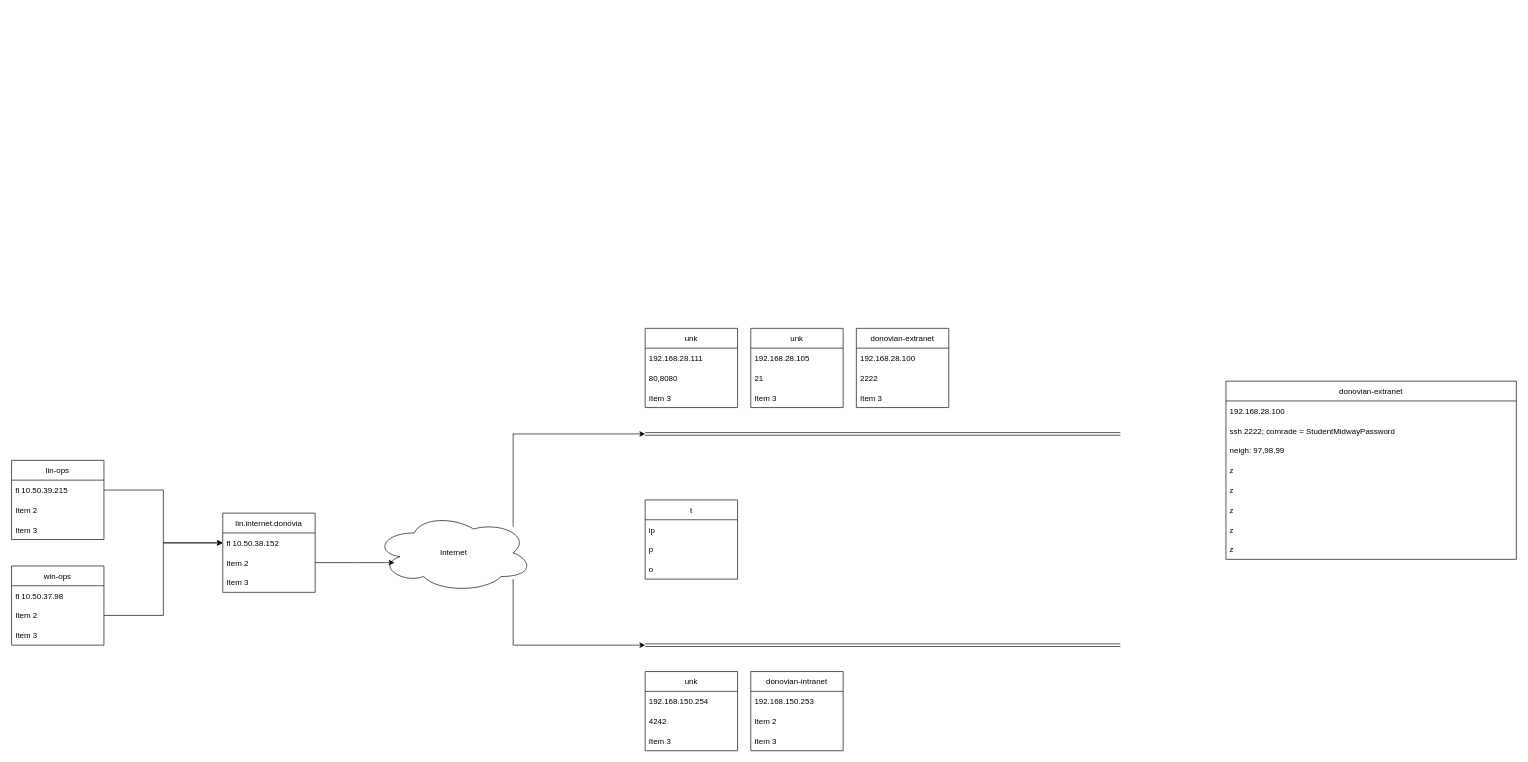
Earlier version of the draw.io diagram security.drawio (fortitude2022/indy_study). Source tidied: cells renumbered, new cells numbered last; positions are measured from the earlier drawing's top-left corner, leaving out a move shared by most shapes. Both pictures are drawn from the tidied source at 66%, with x=0, y=0 at pixel (11, 328).
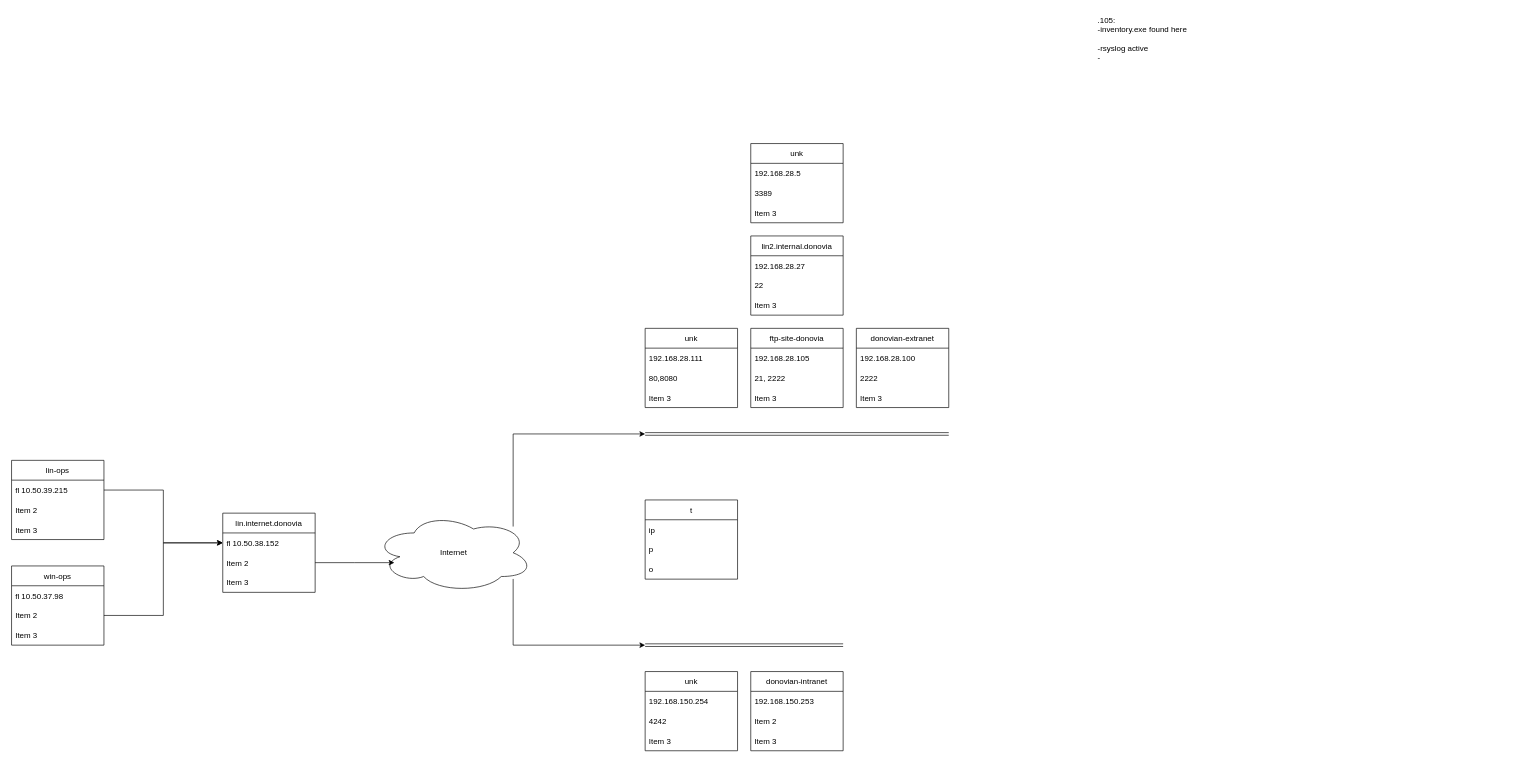
Above is the later version.

Diff of the diagram source:
```diff
@@
     <mxCell id="18" style="shape=link;html=1;rounded=0;" parent="1" edge="1">
       <mxGeometry relative="1" as="geometry">
         <mxPoint x="960" y="160" as="sourcePoint" />
-        <mxPoint x="1680" y="160" as="targetPoint" />
+        <mxPoint x="1420" y="160" as="targetPoint" />
       </mxGeometry>
     </mxCell>
     <mxCell id="19" style="shape=link;html=1;rounded=0;" parent="1" edge="1">
       <mxGeometry relative="1" as="geometry">
         <mxPoint x="960" y="480" as="sourcePoint" />
-        <mxPoint x="1680" y="480" as="targetPoint" />
+        <mxPoint x="1260" y="480" as="targetPoint" />
       </mxGeometry>
     </mxCell>
-    <mxCell id="20" value="unk" style="swimlane;fontStyle=0;horizontal=1;startSize=30;" parent="1" vertex="1">
+    <mxCell id="20" value="ftp-site-donovia" style="swimlane;fontStyle=0;horizontal=1;startSize=30;" parent="1" vertex="1">
       <mxGeometry x="1120" width="140" height="120" as="geometry" />
     </mxCell>
@@
-    <mxCell id="22" value="21" style="text;strokeColor=none;fillColor=none;align=left;verticalAlign=middle;spacingLeft=4;spacingRight=4;overflow=hidden;" parent="20" vertex="1">
+    <mxCell id="22" value="21, 2222" style="text;strokeColor=none;fillColor=none;align=left;verticalAlign=middle;spacingLeft=4;spacingRight=4;overflow=hidden;" parent="20" vertex="1">
       <mxGeometry y="60" width="140" height="30" as="geometry" />
     </mxCell>
@@
-    <mxCell id="46" value="donovian-extranet" style="swimlane;fontStyle=0;horizontal=1;startSize=30;" parent="1" vertex="1">
-      <mxGeometry x="1840" y="80" width="440" height="270" as="geometry" />
-    </mxCell>
-    <mxCell id="47" value="192.168.28.100" style="text;strokeColor=none;fillColor=none;align=left;verticalAlign=middle;spacingLeft=4;spacingRight=4;overflow=hidden;" parent="46" vertex="1">
-      <mxGeometry y="30" width="440" height="30" as="geometry" />
-    </mxCell>
-    <mxCell id="48" value="ssh 2222; comrade = StudentMidwayPassword" style="text;strokeColor=none;fillColor=none;align=left;verticalAlign=middle;spacingLeft=4;spacingRight=4;overflow=hidden;" parent="46" vertex="1">
-      <mxGeometry y="60" width="440" height="30" as="geometry" />
-    </mxCell>
-    <mxCell id="49" value="neigh: 97,98,99" style="text;strokeColor=none;fillColor=none;align=left;verticalAlign=middle;spacingLeft=4;spacingRight=4;overflow=hidden;" parent="46" vertex="1">
-      <mxGeometry y="90" width="440" height="30" as="geometry" />
-    </mxCell>
-    <mxCell id="50" value="z" style="text;strokeColor=none;fillColor=none;align=left;verticalAlign=middle;spacingLeft=4;spacingRight=4;overflow=hidden;" parent="46" vertex="1">
-      <mxGeometry y="120" width="440" height="30" as="geometry" />
-    </mxCell>
-    <mxCell id="51" value="z" style="text;strokeColor=none;fillColor=none;align=left;verticalAlign=middle;spacingLeft=4;spacingRight=4;overflow=hidden;" parent="46" vertex="1">
-      <mxGeometry y="150" width="440" height="30" as="geometry" />
-    </mxCell>
-    <mxCell id="52" value="z" style="text;strokeColor=none;fillColor=none;align=left;verticalAlign=middle;spacingLeft=4;spacingRight=4;overflow=hidden;" parent="46" vertex="1">
-      <mxGeometry y="180" width="440" height="30" as="geometry" />
-    </mxCell>
-    <mxCell id="53" value="z" style="text;strokeColor=none;fillColor=none;align=left;verticalAlign=middle;spacingLeft=4;spacingRight=4;overflow=hidden;" parent="46" vertex="1">
-      <mxGeometry y="210" width="440" height="30" as="geometry" />
-    </mxCell>
-    <mxCell id="54" value="z" style="text;strokeColor=none;fillColor=none;align=left;verticalAlign=middle;spacingLeft=4;spacingRight=4;overflow=hidden;" parent="46" vertex="1">
-      <mxGeometry y="240" width="440" height="30" as="geometry" />
-    </mxCell>
+    <mxCell id="55" value=".105:&#10;-inventory.exe found here&#10;&#10;-rsyslog active&#10;-&#10;" style="text;strokeColor=none;fillColor=none;align=left;verticalAlign=top;spacingLeft=4;spacingRight=4;overflow=hidden;" parent="1" vertex="1">
+      <mxGeometry x="1640" y="-480" width="160" height="240" as="geometry" />
+    </mxCell>
+    <mxCell id="56" value="lin2.internal.donovia" style="swimlane;fontStyle=0;horizontal=1;startSize=30;" parent="1" vertex="1">
+      <mxGeometry x="1120" y="-140" width="140" height="120" as="geometry" />
+    </mxCell>
+    <mxCell id="57" value="192.168.28.27" style="text;strokeColor=none;fillColor=none;align=left;verticalAlign=middle;spacingLeft=4;spacingRight=4;overflow=hidden;" parent="56" vertex="1">
+      <mxGeometry y="30" width="140" height="30" as="geometry" />
+    </mxCell>
+    <mxCell id="58" value="22" style="text;strokeColor=none;fillColor=none;align=left;verticalAlign=middle;spacingLeft=4;spacingRight=4;overflow=hidden;" parent="56" vertex="1">
+      <mxGeometry y="60" width="140" height="30" as="geometry" />
+    </mxCell>
+    <mxCell id="59" value="Item 3" style="text;strokeColor=none;fillColor=none;align=left;verticalAlign=middle;spacingLeft=4;spacingRight=4;overflow=hidden;" parent="56" vertex="1">
+      <mxGeometry y="90" width="140" height="30" as="geometry" />
+    </mxCell>
+    <mxCell id="60" value="unk" style="swimlane;fontStyle=0;horizontal=1;startSize=30;" parent="1" vertex="1">
+      <mxGeometry x="1120" y="-280" width="140" height="120" as="geometry" />
+    </mxCell>
+    <mxCell id="61" value="192.168.28.5" style="text;strokeColor=none;fillColor=none;align=left;verticalAlign=middle;spacingLeft=4;spacingRight=4;overflow=hidden;" parent="60" vertex="1">
+      <mxGeometry y="30" width="140" height="30" as="geometry" />
+    </mxCell>
+    <mxCell id="62" value="3389" style="text;strokeColor=none;fillColor=none;align=left;verticalAlign=middle;spacingLeft=4;spacingRight=4;overflow=hidden;" parent="60" vertex="1">
+      <mxGeometry y="60" width="140" height="30" as="geometry" />
+    </mxCell>
+    <mxCell id="63" value="Item 3" style="text;strokeColor=none;fillColor=none;align=left;verticalAlign=middle;spacingLeft=4;spacingRight=4;overflow=hidden;" parent="60" vertex="1">
+      <mxGeometry y="90" width="140" height="30" as="geometry" />
+    </mxCell>
```
